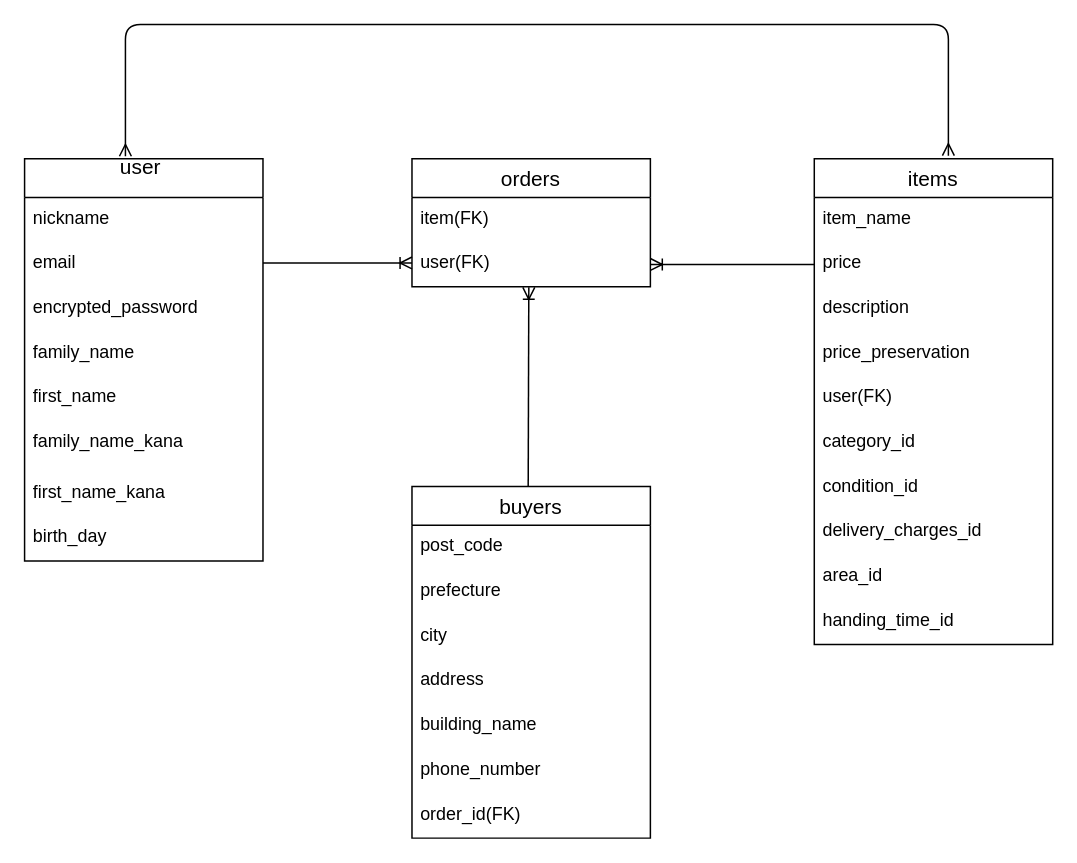
Before: table.dio in deco-01/furima-39447, a draw.io diagram. Source tidied: cells renumbered, new cells numbered last; positions are measured from the earlier drawing's top-left corner, leaving out a move shared by most shapes. Both pictures are drawn from the tidied source at 149%, with x=0, y=0 at pixel (24, 24).
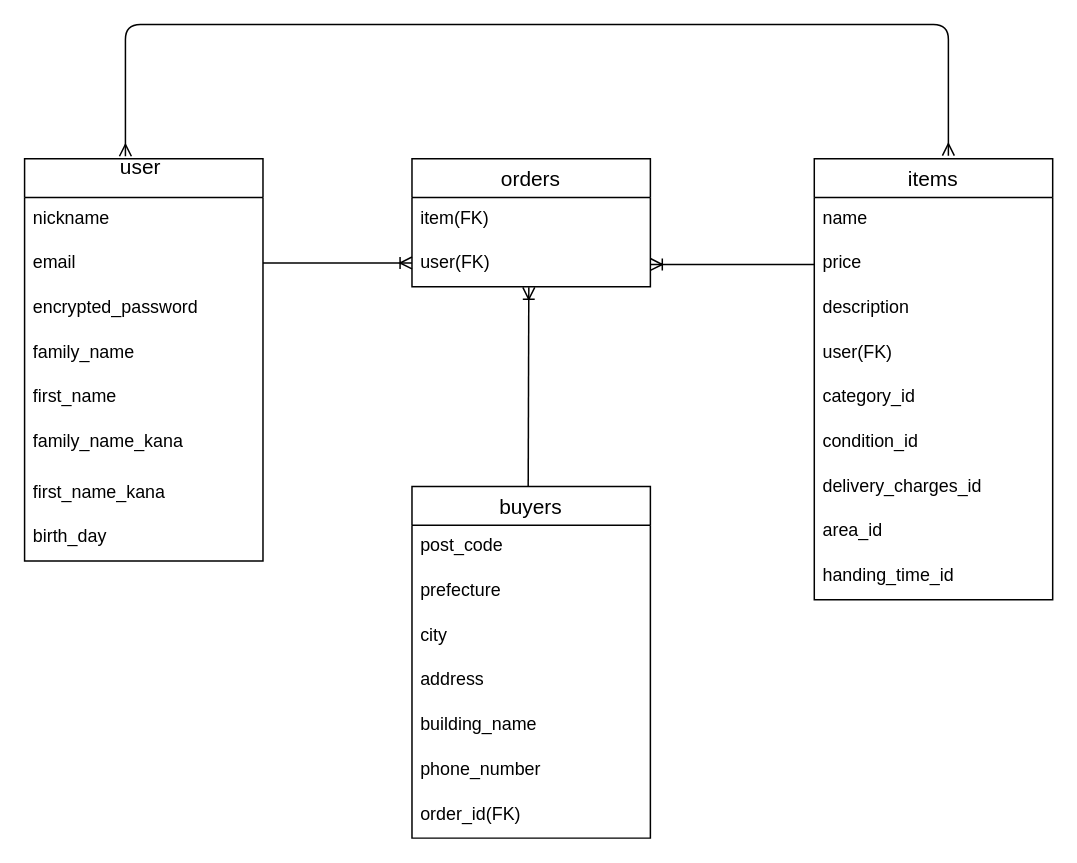
After the change.

Commit message (it also covers changes not shown here):
データベース設計の再々再編集

What changed in the source:
```diff
@@
     <mxCell id="14" value="items" style="swimlane;fontStyle=0;horizontal=1;startSize=26;align=center;fontSize=14;" parent="1" vertex="1">
-      <mxGeometry x="530" y="90" width="160" height="326" as="geometry" />
+      <mxGeometry x="530" y="90" width="160" height="296" as="geometry" />
     </mxCell>
-    <mxCell id="15" value="item_name" style="text;strokeColor=none;fillColor=none;spacingLeft=4;spacingRight=4;overflow=hidden;fontSize=12;" parent="14" vertex="1">
+    <mxCell id="15" value="name" style="text;strokeColor=none;fillColor=none;spacingLeft=4;spacingRight=4;overflow=hidden;fontSize=12;" parent="14" vertex="1">
       <mxGeometry y="26" width="160" height="30" as="geometry" />
     </mxCell>
@@
-    <mxCell id="18" value="price_preservation" style="text;strokeColor=none;fillColor=none;spacingLeft=4;spacingRight=4;overflow=hidden;fontSize=12;" parent="14" vertex="1">
-      <mxGeometry y="116" width="160" height="30" as="geometry" />
-    </mxCell>
     <mxCell id="19" value="user(FK)" style="text;strokeColor=none;fillColor=none;spacingLeft=4;spacingRight=4;overflow=hidden;fontSize=12;" parent="14" vertex="1">
-      <mxGeometry y="146" width="160" height="30" as="geometry" />
+      <mxGeometry y="116" width="160" height="30" as="geometry" />
     </mxCell>
     <mxCell id="20" value="category_id" style="text;strokeColor=none;fillColor=none;spacingLeft=4;spacingRight=4;overflow=hidden;fontSize=12;" parent="14" vertex="1">
-      <mxGeometry y="176" width="160" height="30" as="geometry" />
+      <mxGeometry y="146" width="160" height="30" as="geometry" />
     </mxCell>
     <mxCell id="21" value="condition_id" style="text;strokeColor=none;fillColor=none;spacingLeft=4;spacingRight=4;overflow=hidden;fontSize=12;" parent="14" vertex="1">
-      <mxGeometry y="206" width="160" height="30" as="geometry" />
+      <mxGeometry y="176" width="160" height="30" as="geometry" />
     </mxCell>
     <mxCell id="22" value="delivery_charges_id" style="text;strokeColor=none;fillColor=none;spacingLeft=4;spacingRight=4;overflow=hidden;fontSize=12;" parent="14" vertex="1">
-      <mxGeometry y="236" width="160" height="30" as="geometry" />
+      <mxGeometry y="206" width="160" height="30" as="geometry" />
     </mxCell>
     <mxCell id="23" value="area_id" style="text;strokeColor=none;fillColor=none;spacingLeft=4;spacingRight=4;overflow=hidden;fontSize=12;" parent="14" vertex="1">
-      <mxGeometry y="266" width="160" height="30" as="geometry" />
+      <mxGeometry y="236" width="160" height="30" as="geometry" />
     </mxCell>
     <mxCell id="24" value="handing_time_id" style="text;strokeColor=none;fillColor=none;spacingLeft=4;spacingRight=4;overflow=hidden;fontSize=12;" parent="14" vertex="1">
-      <mxGeometry y="296" width="160" height="30" as="geometry" />
+      <mxGeometry y="266" width="160" height="30" as="geometry" />
     </mxCell>
```
